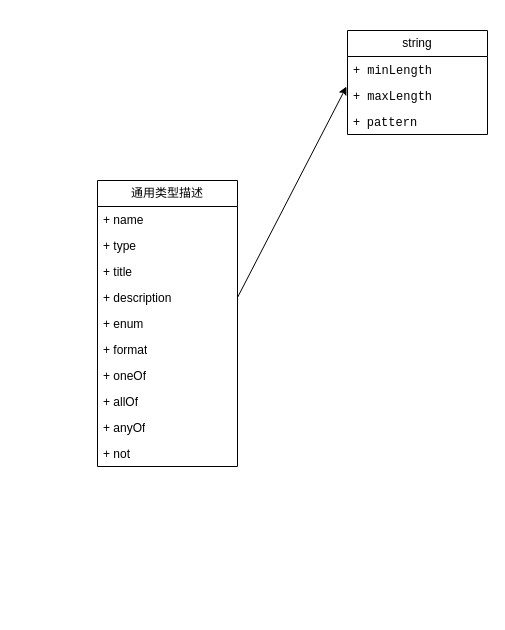
Before: 未命名绘图.drawio in jiu-you/draw.io, a draw.io diagram. Source tidied: cells renumbered, new cells numbered last; positions are measured from the earlier drawing's top-left corner, leaving out a move shared by most shapes. Both pictures are drawn from the tidied source at 100%, with x=0, y=0 at pixel (97, 30).
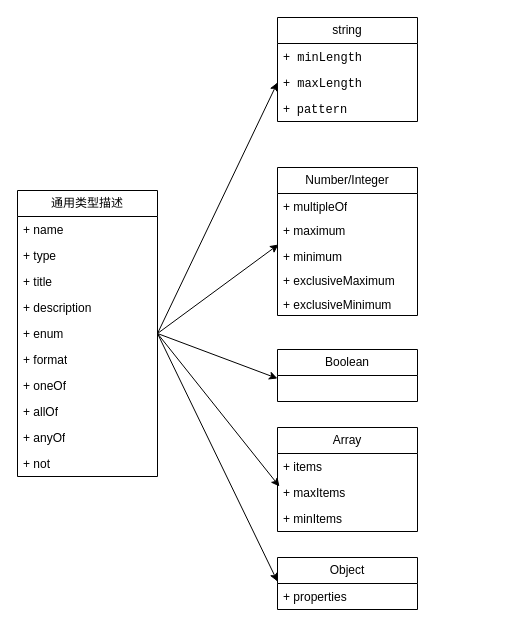
Above is the later version.

Commit message:
更新未命名绘图.drawio

The change refers to these unchanged cells:
```xml
<mxCell id="6" value="+ description" style="text;strokeColor=none;fillColor=none;align=left;verticalAlign=top;spacingLeft=4;spacingRight=4;overflow=hidden;points=[[0,0.5],[1,0.5]];portConstraint=eastwest;whiteSpace=wrap;html=1;" parent="2" vertex="1">
  <mxGeometry y="104" width="140" height="26" as="geometry" />
</mxCell>
<mxCell id="7" value="+ enum" style="text;strokeColor=none;fillColor=none;align=left;verticalAlign=top;spacingLeft=4;spacingRight=4;overflow=hidden;points=[[0,0.5],[1,0.5]];portConstraint=eastwest;whiteSpace=wrap;html=1;" parent="2" vertex="1">
  <mxGeometry y="130" width="140" height="26" as="geometry" />
</mxCell>
<mxCell id="15" value="+&lt;code&gt; maxLength&lt;/code&gt;" style="text;strokeColor=none;fillColor=none;align=left;verticalAlign=top;spacingLeft=4;spacingRight=4;overflow=hidden;points=[[0,0.5],[1,0.5]];portConstraint=eastwest;whiteSpace=wrap;html=1;" parent="13" vertex="1">
  <mxGeometry y="52" width="140" height="26" as="geometry" />
</mxCell>
```

The edit, as a diff of the source:
```diff
@@
     <mxCell id="2" value="通用类型描述" style="swimlane;fontStyle=0;horizontal=1;startSize=26;fillColor=none;whiteSpace=wrap;html=1;" parent="1" vertex="1">
-      <mxGeometry y="150" width="140" height="286" as="geometry" />
+      <mxGeometry x="-80" y="160" width="140" height="286" as="geometry" />
     </mxCell>
@@
     <mxCell id="13" value="string" style="swimlane;fontStyle=0;horizontal=1;startSize=26;fillColor=none;whiteSpace=wrap;html=1;" parent="1" vertex="1">
-      <mxGeometry x="250" width="140" height="104" as="geometry" />
+      <mxGeometry x="180" y="-13" width="140" height="104" as="geometry" />
     </mxCell>
@@
-    <mxCell id="17" style="rounded=0;jettySize=auto;html=1;exitX=1;exitY=0.5;exitDx=0;exitDy=0;entryX=-0.007;entryY=0.154;entryDx=0;entryDy=0;entryPerimeter=0;" parent="1" edge="1" source="6" target="15">
-      <mxGeometry relative="1" as="geometry" />
-    </mxCell>
+    <mxCell id="18" value="Number/Integer" style="swimlane;fontStyle=0;horizontal=1;startSize=26;fillColor=none;whiteSpace=wrap;html=1;" parent="1" vertex="1">
+      <mxGeometry x="180" y="137" width="140" height="148" as="geometry" />
+    </mxCell>
+    <mxCell id="19" value="+ multipleOf" style="text;strokeColor=none;fillColor=none;align=left;verticalAlign=top;spacingLeft=4;spacingRight=4;overflow=hidden;whiteSpace=wrap;html=1;" parent="18" vertex="1">
+      <mxGeometry y="26" width="140" height="24" as="geometry" />
+    </mxCell>
+    <mxCell id="20" value="+ maximum" style="text;strokeColor=none;fillColor=none;align=left;verticalAlign=top;spacingLeft=4;spacingRight=4;overflow=hidden;whiteSpace=wrap;html=1;" parent="18" vertex="1">
+      <mxGeometry y="50" width="140" height="26" as="geometry" />
+    </mxCell>
+    <mxCell id="21" value="+ minimum" style="text;strokeColor=none;fillColor=none;align=left;verticalAlign=top;spacingLeft=4;spacingRight=4;overflow=hidden;points=[[0,0.5],[1,0.5]];portConstraint=eastwest;whiteSpace=wrap;html=1;" parent="18" vertex="1">
+      <mxGeometry y="76" width="140" height="24" as="geometry" />
+    </mxCell>
+    <mxCell id="22" value="+ exclusiveMaximum" style="text;strokeColor=none;fillColor=none;align=left;verticalAlign=top;spacingLeft=4;spacingRight=4;overflow=hidden;whiteSpace=wrap;html=1;" parent="18" vertex="1">
+      <mxGeometry y="100" width="140" height="24" as="geometry" />
+    </mxCell>
+    <mxCell id="23" value="+ exclusiveMinimum" style="text;strokeColor=none;fillColor=none;align=left;verticalAlign=top;spacingLeft=4;spacingRight=4;overflow=hidden;whiteSpace=wrap;html=1;" parent="18" vertex="1">
+      <mxGeometry y="124" width="140" height="24" as="geometry" />
+    </mxCell>
+    <mxCell id="24" value="Boolean" style="swimlane;fontStyle=0;horizontal=1;startSize=26;fillColor=none;whiteSpace=wrap;html=1;" parent="1" vertex="1">
+      <mxGeometry x="180" y="319" width="140" height="52" as="geometry" />
+    </mxCell>
+    <mxCell id="25" value="&amp;nbsp;" style="text;strokeColor=none;fillColor=none;align=left;verticalAlign=top;spacingLeft=4;spacingRight=4;overflow=hidden;points=[[0,0.5],[1,0.5]];portConstraint=eastwest;whiteSpace=wrap;html=1;" parent="24" vertex="1">
+      <mxGeometry y="26" width="140" height="26" as="geometry" />
+    </mxCell>
+    <mxCell id="26" value="Array" style="swimlane;fontStyle=0;horizontal=1;startSize=26;fillColor=none;whiteSpace=wrap;html=1;" parent="1" vertex="1">
+      <mxGeometry x="180" y="397" width="140" height="104" as="geometry" />
+    </mxCell>
+    <mxCell id="27" value="+ items" style="text;strokeColor=none;fillColor=none;align=left;verticalAlign=top;spacingLeft=4;spacingRight=4;overflow=hidden;whiteSpace=wrap;html=1;" parent="26" vertex="1">
+      <mxGeometry y="26" width="140" height="26" as="geometry" />
+    </mxCell>
+    <mxCell id="28" value="+ maxItems" style="text;strokeColor=none;fillColor=none;align=left;verticalAlign=top;spacingLeft=4;spacingRight=4;overflow=hidden;points=[[0,0.5],[1,0.5]];portConstraint=eastwest;whiteSpace=wrap;html=1;" parent="26" vertex="1">
+      <mxGeometry y="52" width="140" height="26" as="geometry" />
+    </mxCell>
+    <mxCell id="29" value="+ minItems" style="text;strokeColor=none;fillColor=none;align=left;verticalAlign=top;spacingLeft=4;spacingRight=4;overflow=hidden;whiteSpace=wrap;html=1;" parent="26" vertex="1">
+      <mxGeometry y="78" width="140" height="26" as="geometry" />
+    </mxCell>
+    <mxCell id="30" value="Object" style="swimlane;fontStyle=0;horizontal=1;startSize=26;fillColor=none;whiteSpace=wrap;html=1;" parent="1" vertex="1">
+      <mxGeometry x="180" y="527" width="140" height="52" as="geometry" />
+    </mxCell>
+    <mxCell id="31" value="+ properties" style="text;strokeColor=none;fillColor=none;align=left;verticalAlign=top;spacingLeft=4;spacingRight=4;overflow=hidden;points=[[0,0.5],[1,0.5]];portConstraint=eastwest;whiteSpace=wrap;html=1;" parent="30" vertex="1">
+      <mxGeometry y="26" width="140" height="26" as="geometry" />
+    </mxCell>
+    <mxCell id="32" style="rounded=0;jettySize=auto;html=1;exitX=1;exitY=0.5;exitDx=0;exitDy=0;entryX=0;entryY=0.5;entryDx=0;entryDy=0;" parent="1" edge="1" source="7" target="15">
+      <mxGeometry relative="1" as="geometry" />
+    </mxCell>
+    <mxCell id="33" style="rounded=0;jettySize=auto;html=1;exitX=1;exitY=0.5;exitDx=0;exitDy=0;entryX=0.007;entryY=0.042;entryDx=0;entryDy=0;entryPerimeter=0;" parent="1" edge="1" source="7" target="21">
+      <mxGeometry relative="1" as="geometry" />
+    </mxCell>
+    <mxCell id="34" style="rounded=0;jettySize=auto;html=1;exitX=1;exitY=0.5;exitDx=0;exitDy=0;entryX=0;entryY=0.115;entryDx=0;entryDy=0;entryPerimeter=0;" parent="1" edge="1" source="7" target="25">
+      <mxGeometry relative="1" as="geometry" />
+    </mxCell>
+    <mxCell id="35" style="rounded=0;jettySize=auto;html=1;exitX=1;exitY=0.5;exitDx=0;exitDy=0;entryX=0.014;entryY=0.269;entryDx=0;entryDy=0;entryPerimeter=0;" parent="1" edge="1" source="7" target="28">
+      <mxGeometry relative="1" as="geometry" />
+    </mxCell>
+    <mxCell id="36" style="rounded=0;jettySize=auto;html=1;exitX=1;exitY=0.5;exitDx=0;exitDy=0;entryX=0;entryY=-0.077;entryDx=0;entryDy=0;entryPerimeter=0;" parent="1" edge="1" source="7" target="31">
+      <mxGeometry relative="1" as="geometry" />
+    </mxCell>
```
